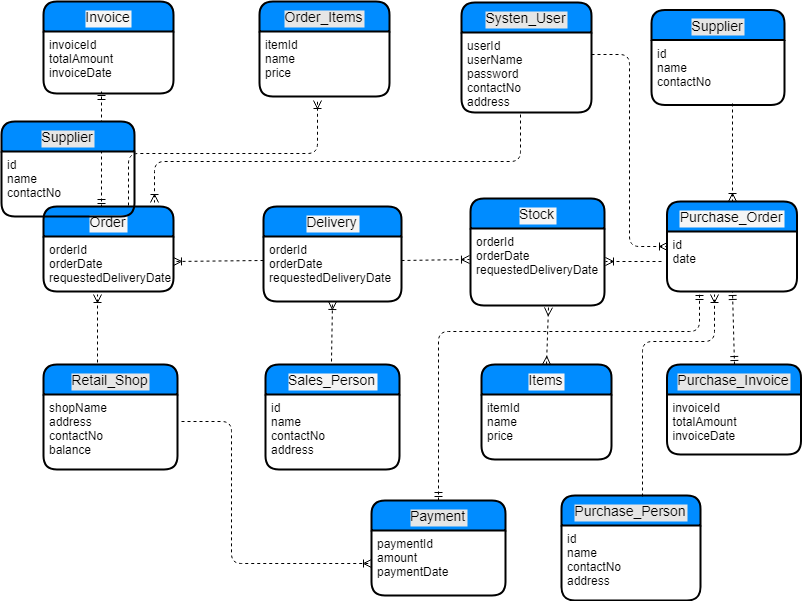
Earlier version of the draw.io export ER diagram.png (dim912/akkatb). Source tidied: cells renumbered, new cells last; positions are measured from the earlier drawing's top-left corner, leaving out a move shared by most shapes.
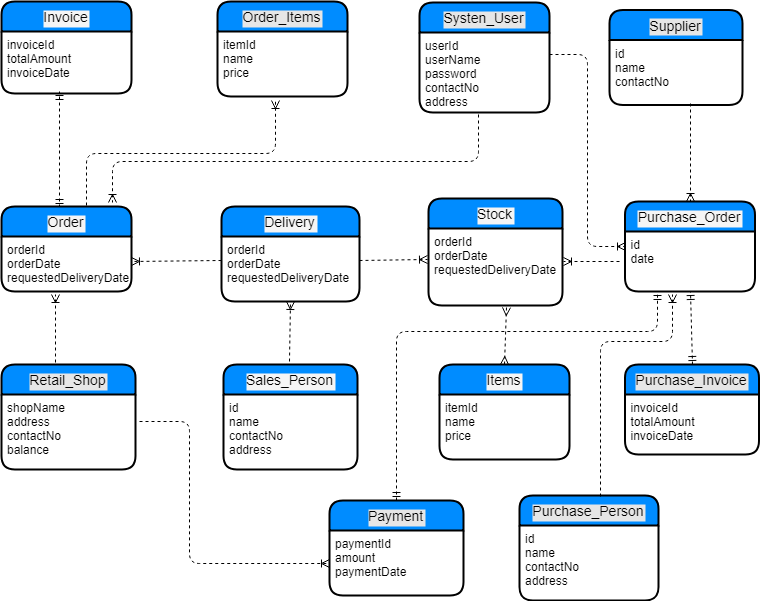
After the commit.

The edit, as a diff of the source:
```diff
@@ -107,12 +107,6 @@
     <mxCell id="30" value="id&#10;name&#10;contactNo&#10;" style="align=left;strokeColor=none;fillColor=none;spacingLeft=4;fontSize=12;verticalAlign=top;" parent="29" vertex="1">
       <mxGeometry y="30" width="133" height="65" as="geometry" />
     </mxCell>
-    <mxCell id="31" value="Supplier" style="swimlane;horizontal=1;startSize=30;fillColor=#008cff;fontColor=#000000;rounded=1;fontSize=14;fontStyle=0;strokeWidth=2;shadow=0;dashed=0;align=center;labelBackgroundColor=#E6E6E6;" parent="1" vertex="1">
-      <mxGeometry y="120" width="133" height="95" as="geometry" />
-    </mxCell>
-    <mxCell id="32" value="id&#10;name&#10;contactNo&#10;" style="align=left;strokeColor=none;fillColor=none;spacingLeft=4;fontSize=12;verticalAlign=top;" parent="31" vertex="1">
-      <mxGeometry y="30" width="133" height="65" as="geometry" />
-    </mxCell>
     <mxCell id="33" value="Purchase_Invoice" style="swimlane;horizontal=1;startSize=30;fillColor=#008cff;fontColor=#000000;rounded=1;fontSize=14;fontStyle=0;strokeWidth=2;shadow=0;dashed=0;align=center;labelBackgroundColor=#E6E6E6;" parent="1" vertex="1">
       <mxGeometry x="665.5" y="363" width="134" height="90" as="geometry" />
     </mxCell>
```
